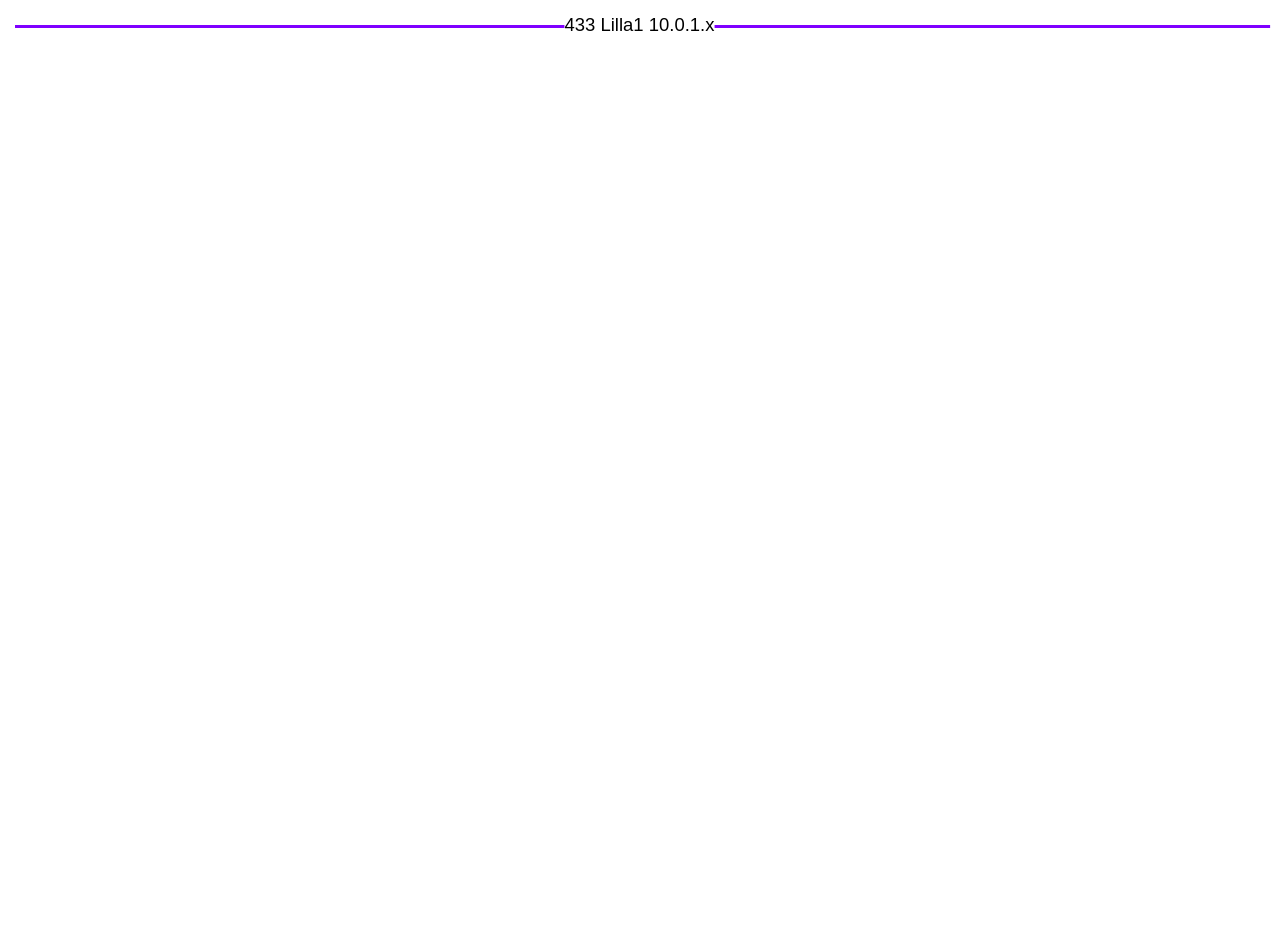
The draw.io diagram page "433 Lilla1" (5 of 22) of Topology.drawio in warben0/DrawIOStorage, before the edit. Source tidied: cells renumbered, new cells numbered last; positions are measured from the earlier drawing's top-left corner, leaving out a move shared by most shapes. Both pictures are drawn from the tidied source at 77%, with x=0, y=0 at pixel (15, 24).
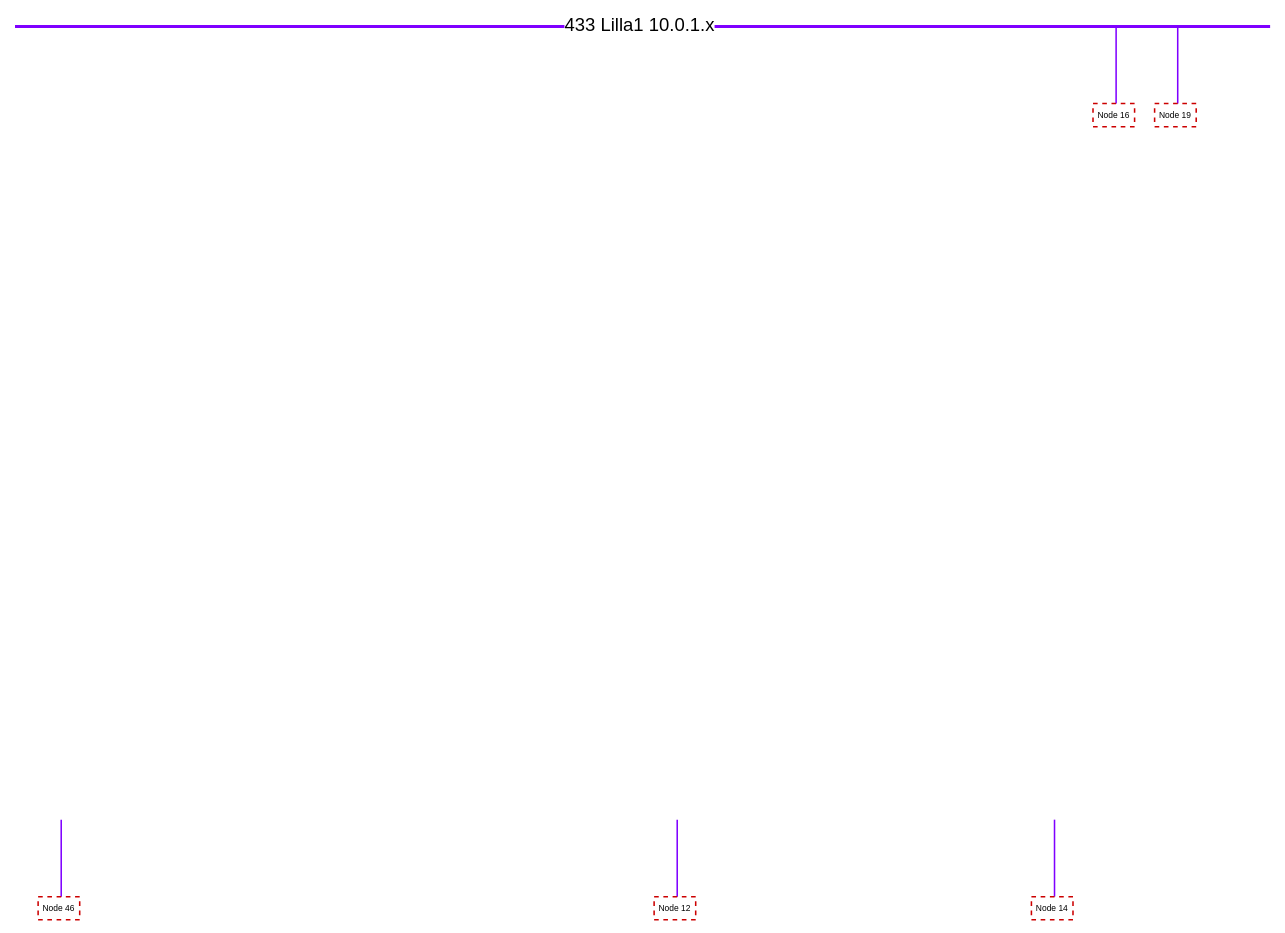
The same page after the edit.

Change to the diagram source:
```diff
@@
 <mxGraphModel>
   <root>
     <mxCell id="0" />
     <mxCell id="1" parent="0" />
     <mxCell id="2" style="endArrow=none;html=1;rounded=0;fillColor=#e1d5e7;strokeColor=#7F00FF;strokeWidth=4;" parent="1" edge="1">
       <mxGeometry relative="1" as="geometry">
         <mxPoint y="3" as="sourcePoint" />
         <mxPoint x="1630" y="3" as="targetPoint" />
       </mxGeometry>
     </mxCell>
     <mxCell id="3" value="433 Lilla1 10.0.1.x" style="edgeLabel;html=1;align=center;verticalAlign=middle;fontSize=24;" parent="1" vertex="1">
       <mxGeometry x="810" as="geometry" />
     </mxCell>
+    <mxCell id="4" style="edgeStyle=orthogonalEdgeStyle;shape=connector;rounded=0;orthogonalLoop=1;jettySize=auto;html=1;labelBackgroundColor=default;strokeColor=#7f00ff;align=center;verticalAlign=middle;fontFamily=Helvetica;fontSize=11;fontColor=default;endArrow=none;jumpStyle=gap;endFill=0;strokeWidth=2;" parent="1" edge="1">
+      <mxGeometry relative="1" as="geometry">
+        <mxPoint x="860" y="1133" as="sourcePoint" />
+        <mxPoint x="860" y="1033" as="targetPoint" />
+      </mxGeometry>
+    </mxCell>
+    <mxCell id="5" value="Node 12" style="text;html=1;align=center;verticalAlign=middle;whiteSpace=wrap;rounded=0;fontSize=11;fontFamily=Helvetica;fillColor=none;strokeColor=#CC0000;dashed=1;strokeWidth=2;" parent="1" vertex="1">
+      <mxGeometry x="830" y="1133" width="54" height="30" as="geometry" />
+    </mxCell>
+    <mxCell id="6" style="edgeStyle=orthogonalEdgeStyle;shape=connector;rounded=0;orthogonalLoop=1;jettySize=auto;html=1;labelBackgroundColor=default;strokeColor=#7f00ff;align=center;verticalAlign=middle;fontFamily=Helvetica;fontSize=11;fontColor=default;endArrow=none;jumpStyle=gap;endFill=0;strokeWidth=2;" parent="1" edge="1">
+      <mxGeometry relative="1" as="geometry">
+        <mxPoint x="1350" y="1133" as="sourcePoint" />
+        <mxPoint x="1350" y="1033" as="targetPoint" />
+      </mxGeometry>
+    </mxCell>
+    <mxCell id="7" value="Node 14" style="text;html=1;align=center;verticalAlign=middle;whiteSpace=wrap;rounded=0;fontSize=11;fontFamily=Helvetica;fillColor=none;strokeColor=#CC0000;dashed=1;strokeWidth=2;" parent="1" vertex="1">
+      <mxGeometry x="1320" y="1133" width="54" height="30" as="geometry" />
+    </mxCell>
+    <mxCell id="8" style="edgeStyle=orthogonalEdgeStyle;shape=connector;rounded=0;orthogonalLoop=1;jettySize=auto;html=1;labelBackgroundColor=default;strokeColor=#7f00ff;align=center;verticalAlign=middle;fontFamily=Helvetica;fontSize=11;fontColor=default;endArrow=none;jumpStyle=gap;endFill=0;strokeWidth=2;" parent="1" edge="1">
+      <mxGeometry relative="1" as="geometry">
+        <mxPoint x="1430" y="103" as="sourcePoint" />
+        <mxPoint x="1430" y="3" as="targetPoint" />
+      </mxGeometry>
+    </mxCell>
+    <mxCell id="9" value="Node 16" style="text;html=1;align=center;verticalAlign=middle;whiteSpace=wrap;rounded=0;fontSize=11;fontFamily=Helvetica;fillColor=none;strokeColor=#CC0000;dashed=1;strokeWidth=2;" parent="1" vertex="1">
+      <mxGeometry x="1400" y="103" width="54" height="30" as="geometry" />
+    </mxCell>
+    <mxCell id="10" style="edgeStyle=orthogonalEdgeStyle;shape=connector;rounded=0;orthogonalLoop=1;jettySize=auto;html=1;labelBackgroundColor=default;strokeColor=#7f00ff;align=center;verticalAlign=middle;fontFamily=Helvetica;fontSize=11;fontColor=default;endArrow=none;jumpStyle=gap;endFill=0;strokeWidth=2;" parent="1" edge="1">
+      <mxGeometry relative="1" as="geometry">
+        <mxPoint x="1510" y="103" as="sourcePoint" />
+        <mxPoint x="1510" y="3" as="targetPoint" />
+      </mxGeometry>
+    </mxCell>
+    <mxCell id="11" value="Node 19" style="text;html=1;align=center;verticalAlign=middle;whiteSpace=wrap;rounded=0;fontSize=11;fontFamily=Helvetica;fillColor=none;strokeColor=#CC0000;dashed=1;strokeWidth=2;" parent="1" vertex="1">
+      <mxGeometry x="1480" y="103" width="54" height="30" as="geometry" />
+    </mxCell>
+    <mxCell id="12" style="edgeStyle=orthogonalEdgeStyle;shape=connector;rounded=0;orthogonalLoop=1;jettySize=auto;html=1;labelBackgroundColor=default;strokeColor=#7f00ff;align=center;verticalAlign=middle;fontFamily=Helvetica;fontSize=11;fontColor=default;endArrow=none;jumpStyle=gap;endFill=0;strokeWidth=2;" parent="1" edge="1">
+      <mxGeometry relative="1" as="geometry">
+        <mxPoint x="60" y="1133" as="sourcePoint" />
+        <mxPoint x="60" y="1033" as="targetPoint" />
+      </mxGeometry>
+    </mxCell>
+    <mxCell id="13" value="Node 46" style="text;html=1;align=center;verticalAlign=middle;whiteSpace=wrap;rounded=0;fontSize=11;fontFamily=Helvetica;fillColor=none;strokeColor=#CC0000;dashed=1;strokeWidth=2;" parent="1" vertex="1">
+      <mxGeometry x="30" y="1133" width="54" height="30" as="geometry" />
+    </mxCell>
   </root>
 </mxGraphModel>
```
